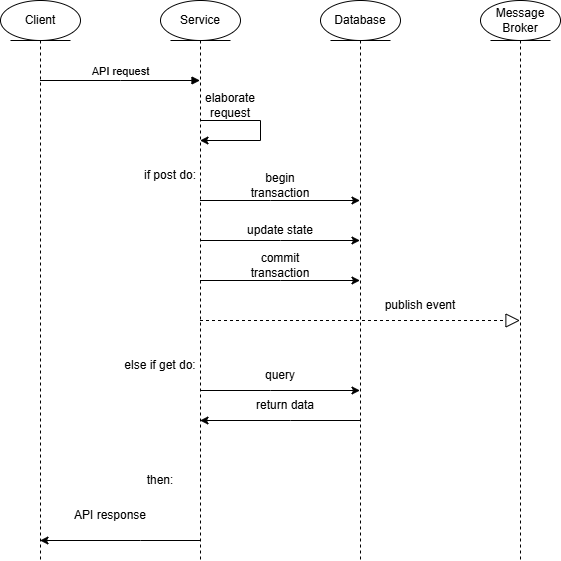
Above: docs/report/DS/public/design/behavior-request-driven.png in EvenToNight/EvenToNight (draw.io), before the change. Source tidied: cells renumbered, new cells last; positions are measured from the earlier drawing's top-left corner, leaving out a move shared by most shapes.
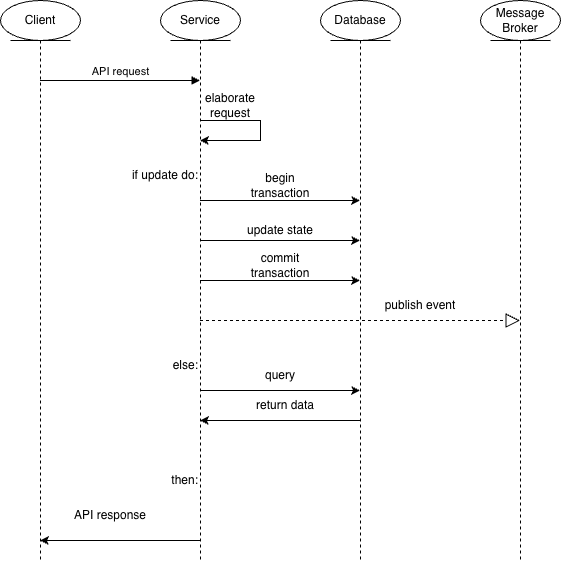
After the change.

Diff of the diagram source:
```diff
@@ -1,4 +1,4 @@
-<mxGraphModel>
+<mxGraphModel background="light-dark(#FFFFFF,#000000)">
   <root>
     <mxCell id="0" />
     <mxCell id="1" parent="0" />
@@ -100,10 +100,10 @@
     <mxCell id="19" value="publish event" style="text;html=1;whiteSpace=wrap;strokeColor=none;fillColor=none;align=center;verticalAlign=middle;rounded=0;" parent="1" vertex="1">
       <mxGeometry x="380" y="290" width="80" height="30" as="geometry" />
     </mxCell>
-    <mxCell id="20" value="if post do:" style="text;html=1;whiteSpace=wrap;strokeColor=none;fillColor=none;align=center;verticalAlign=middle;rounded=0;" parent="1" vertex="1">
-      <mxGeometry x="140" y="160" width="60" height="30" as="geometry" />
+    <mxCell id="20" value="if update do:" style="text;html=1;whiteSpace=wrap;strokeColor=none;fillColor=none;align=right;verticalAlign=middle;rounded=0;" parent="1" vertex="1">
+      <mxGeometry x="130" y="160" width="70" height="30" as="geometry" />
     </mxCell>
-    <mxCell id="21" value="else if get do:" style="text;html=1;whiteSpace=wrap;strokeColor=none;fillColor=none;align=center;verticalAlign=middle;rounded=0;" parent="1" vertex="1">
+    <mxCell id="21" value="else:" style="text;html=1;whiteSpace=wrap;strokeColor=none;fillColor=none;align=right;verticalAlign=middle;rounded=0;" parent="1" vertex="1">
       <mxGeometry x="120" y="350" width="80" height="30" as="geometry" />
     </mxCell>
     <mxCell id="22" value="query" style="text;html=1;whiteSpace=wrap;strokeColor=none;fillColor=none;align=center;verticalAlign=middle;rounded=0;" parent="1" vertex="1">
@@ -112,8 +112,8 @@
     <mxCell id="23" value="return data" style="text;html=1;whiteSpace=wrap;strokeColor=none;fillColor=none;align=center;verticalAlign=middle;rounded=0;" parent="1" vertex="1">
       <mxGeometry x="250" y="390" width="70" height="30" as="geometry" />
     </mxCell>
-    <mxCell id="24" value="then:" style="text;html=1;whiteSpace=wrap;strokeColor=none;fillColor=none;align=center;verticalAlign=middle;rounded=0;" parent="1" vertex="1">
-      <mxGeometry x="130" y="465" width="60" height="30" as="geometry" />
+    <mxCell id="24" value="then:" style="text;html=1;whiteSpace=wrap;strokeColor=none;fillColor=none;align=right;verticalAlign=middle;rounded=0;" parent="1" vertex="1">
+      <mxGeometry x="140" y="465" width="60" height="30" as="geometry" />
     </mxCell>
     <mxCell id="25" value="API response" style="text;html=1;whiteSpace=wrap;strokeColor=none;fillColor=none;align=center;verticalAlign=middle;rounded=0;" parent="1" vertex="1">
       <mxGeometry x="70" y="500" width="80" height="30" as="geometry" />
```
